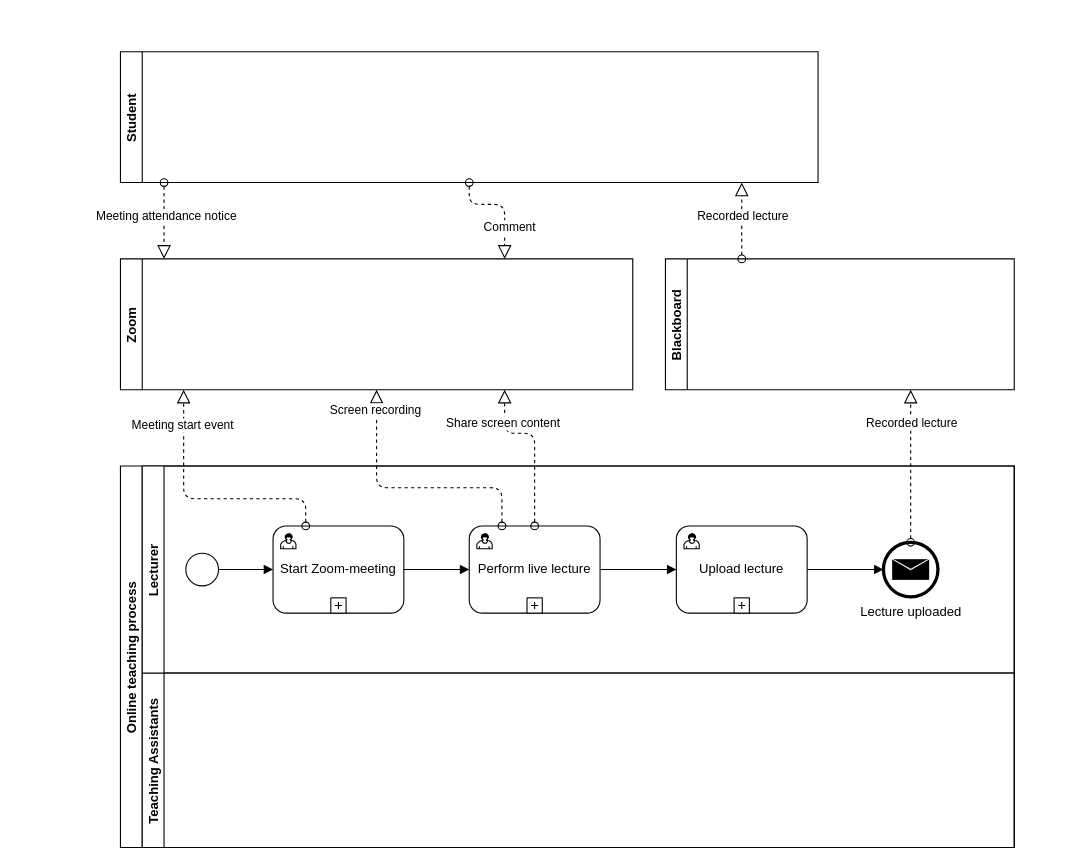
This is teaching_process_AS_IS.drawio from gullskatten/BPMN-models, a draw.io file, before an edit. Source tidied: cells renumbered, new cells numbered last; positions are measured from the earlier drawing's top-left corner, leaving out a move shared by most shapes. Both pictures are drawn from the tidied source at 109%, with x=0, y=0 at pixel (120, 51).
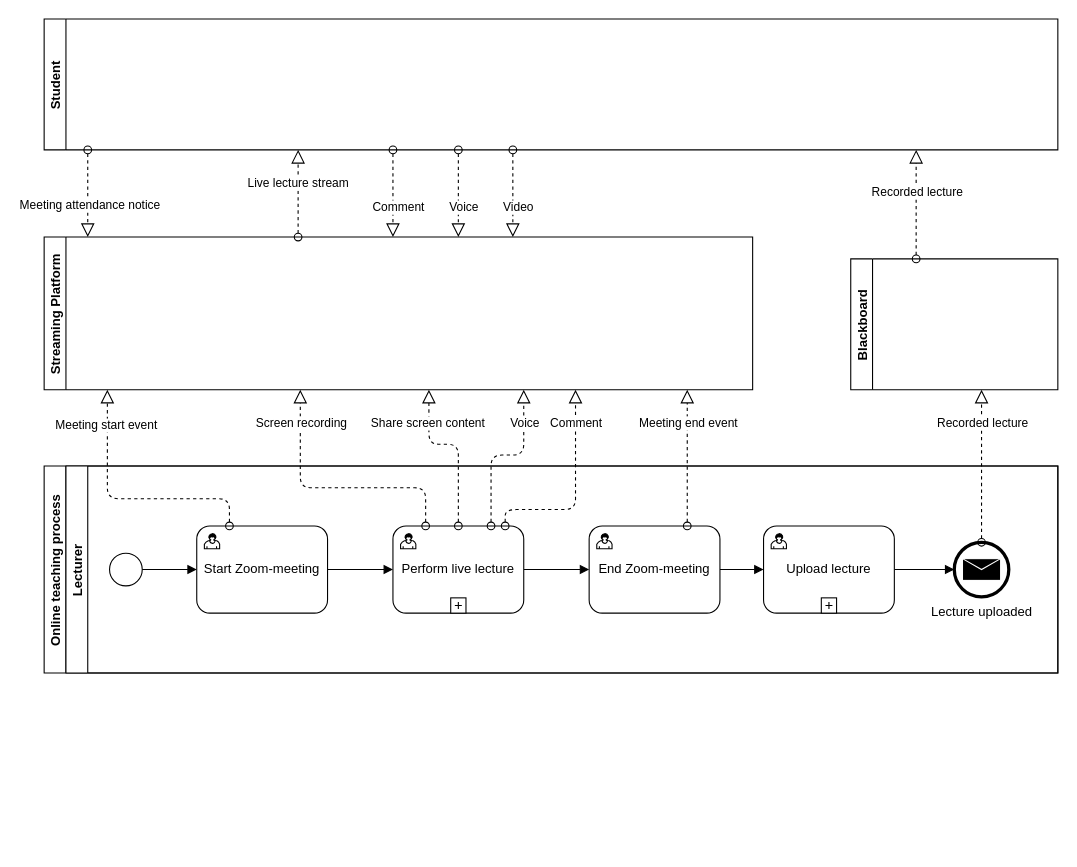
The same page after the edit.

The change refers to these unchanged cells:
```xml
<mxCell id="11" value="Start Zoom-meeting" style="html=1;whiteSpace=wrap;rounded=1;" parent="9" vertex="1">
  <mxGeometry x="120" y="55" width="120" height="80" as="geometry" />
</mxCell>
<mxCell id="16" value="Perform live lecture" style="html=1;whiteSpace=wrap;rounded=1;" parent="9" vertex="1">
  <mxGeometry x="300" y="55" width="120" height="80" as="geometry" />
</mxCell>
```

Diff of the diagram source:
```diff
@@
     <mxCell id="2" value="Student" style="swimlane;startSize=20;horizontal=0;" parent="1" vertex="1">
-      <mxGeometry width="640" height="120" as="geometry" />
+      <mxGeometry x="-70" y="-30" width="930" height="120" as="geometry" />
     </mxCell>
     <mxCell id="3" value="Blackboard" style="swimlane;startSize=20;horizontal=0;" parent="1" vertex="1">
-      <mxGeometry x="500" y="190" width="320" height="120" as="geometry" />
+      <mxGeometry x="670" y="190" width="190" height="120" as="geometry" />
     </mxCell>
-    <mxCell id="4" value="Zoom" style="swimlane;startSize=20;horizontal=0;" parent="1" vertex="1">
-      <mxGeometry y="190" width="470" height="120" as="geometry" />
+    <mxCell id="4" value="Streaming Platform" style="swimlane;startSize=20;horizontal=0;" parent="1" vertex="1">
+      <mxGeometry x="-70" y="170" width="650" height="140" as="geometry" />
     </mxCell>
-    <mxCell id="5" style="startArrow=oval;startFill=0;startSize=7;endArrow=block;endFill=0;endSize=10;dashed=1;html=1;exitX=0.5;exitY=1;exitDx=0;exitDy=0;edgeStyle=orthogonalEdgeStyle;entryX=0.75;entryY=0;entryDx=0;entryDy=0;" parent="4" edge="1" source="2" target="4">
+    <mxCell id="5" style="startArrow=oval;startFill=0;startSize=7;endArrow=block;endFill=0;endSize=10;dashed=1;html=1;edgeStyle=orthogonalEdgeStyle;" parent="4" edge="1">
       <mxGeometry relative="1" as="geometry">
+        <mxPoint x="320" y="-80" as="sourcePoint" />
+        <mxPoint x="320" as="targetPoint" />
         <Array as="points">
-          <mxPoint x="320" y="-50" />
-          <mxPoint x="353" y="-50" />
+          <mxPoint x="320" y="-30" />
+          <mxPoint x="320" y="-30" />
         </Array>
       </mxGeometry>
     </mxCell>
@@
     <mxCell id="7" value="Online teaching process" style="swimlane;startSize=20;horizontal=0;" parent="1" vertex="1">
-      <mxGeometry y="380" width="820" height="350" as="geometry" />
+      <mxGeometry x="-70" y="380" width="930" height="190" as="geometry" />
     </mxCell>
-    <mxCell id="8" value="Teaching Assistants" style="swimlane;startSize=20;horizontal=0;" parent="7" vertex="1">
-      <mxGeometry x="20" y="190" width="800" height="160" as="geometry" />
-    </mxCell>
     <mxCell id="9" value="Lecturer" style="swimlane;startSize=20;horizontal=0;" parent="7" vertex="1">
-      <mxGeometry x="20" width="800" height="190" as="geometry" />
+      <mxGeometry x="20" width="910" height="190" as="geometry" />
     </mxCell>
@@
-    <mxCell id="13" style="html=1;shape=plus;" parent="11" vertex="1">
-      <mxGeometry x="0.5" y="1" width="14" height="14" relative="1" as="geometry">
-        <mxPoint x="-7" y="-14" as="offset" />
-      </mxGeometry>
-    </mxCell>
@@
-    <mxCell id="15" style="edgeStyle=orthogonalEdgeStyle;rounded=0;jettySize=auto;html=1;entryX=0;entryY=0.5;entryDx=0;entryDy=0;endArrow=block;endFill=1;" parent="9" edge="1" source="16" target="21">
+    <mxCell id="15" style="edgeStyle=orthogonalEdgeStyle;rounded=0;jettySize=auto;html=1;endArrow=block;endFill=1;entryX=0;entryY=0.5;entryDx=0;entryDy=0;" parent="9" edge="1" source="16" target="38">
       <mxGeometry relative="1" as="geometry" />
     </mxCell>
@@
+    <mxCell id="24" value="Lecture uploaded" style="shape=mxgraph.bpmn.shape;html=1;verticalLabelPosition=bottom;labelBackgroundColor=#ffffff;verticalAlign=top;align=center;perimeter=ellipsePerimeter;outlineConnect=0;outline=end;symbol=message;" parent="9" vertex="1">
+      <mxGeometry x="815" y="70" width="50" height="50" as="geometry" />
+    </mxCell>
+    <mxCell id="37" style="edgeStyle=orthogonalEdgeStyle;rounded=0;jettySize=auto;html=1;entryX=0;entryY=0.5;entryDx=0;entryDy=0;endArrow=block;endFill=1;" parent="9" edge="1" source="38" target="21">
+      <mxGeometry relative="1" as="geometry" />
+    </mxCell>
+    <mxCell id="38" value="End Zoom-meeting" style="html=1;whiteSpace=wrap;rounded=1;" parent="9" vertex="1">
+      <mxGeometry x="480" y="55" width="120" height="80" as="geometry" />
+    </mxCell>
+    <mxCell id="39" style="html=1;shape=mxgraph.bpmn.user_task;" parent="38" vertex="1">
+      <mxGeometry width="14" height="14" relative="1" as="geometry">
+        <mxPoint x="7" y="7" as="offset" />
+      </mxGeometry>
+    </mxCell>
@@
     <mxCell id="21" value="Upload lecture" style="html=1;whiteSpace=wrap;rounded=1;" parent="9" vertex="1">
-      <mxGeometry x="490" y="55" width="120" height="80" as="geometry" />
+      <mxGeometry x="640" y="55" width="120" height="80" as="geometry" />
     </mxCell>
-    <mxCell id="22" style="html=1;shape=mxgraph.bpmn.user_task;" parent="21" vertex="1">
-      <mxGeometry width="14" height="14" relative="1" as="geometry">
-        <mxPoint x="7" y="7" as="offset" />
-      </mxGeometry>
-    </mxCell>
-    <mxCell id="23" style="html=1;shape=plus;" parent="21" vertex="1">
-      <mxGeometry x="0.5" y="1" width="14" height="14" relative="1" as="geometry">
-        <mxPoint x="-7" y="-14" as="offset" />
-      </mxGeometry>
-    </mxCell>
-    <mxCell id="24" value="Lecture uploaded" style="shape=mxgraph.bpmn.shape;html=1;verticalLabelPosition=bottom;labelBackgroundColor=#ffffff;verticalAlign=top;align=center;perimeter=ellipsePerimeter;outlineConnect=0;outline=end;symbol=message;" parent="9" vertex="1">
-      <mxGeometry x="680" y="70" width="50" height="50" as="geometry" />
-    </mxCell>
+    <mxCell id="40" style="html=1;shape=mxgraph.bpmn.user_task;" parent="21" vertex="1">
+      <mxGeometry width="14" height="14" relative="1" as="geometry">
+        <mxPoint x="7" y="7" as="offset" />
+      </mxGeometry>
+    </mxCell>
+    <mxCell id="41" style="html=1;shape=plus;" parent="21" vertex="1">
+      <mxGeometry x="0.5" y="1" width="14" height="14" relative="1" as="geometry">
+        <mxPoint x="-7" y="-14" as="offset" />
+      </mxGeometry>
+    </mxCell>
+    <mxCell id="33" style="startArrow=oval;startFill=0;startSize=7;endArrow=block;endFill=0;endSize=10;dashed=1;html=1;exitX=0.5;exitY=0;exitDx=0;exitDy=0;" parent="9" edge="1" source="24">
+      <mxGeometry relative="1" as="geometry">
+        <mxPoint x="840" y="-70" as="targetPoint" />
+      </mxGeometry>
+    </mxCell>
+    <mxCell id="34" value="Recorded lecture" style="edgeLabel;html=1;align=center;verticalAlign=middle;" parent="33" vertex="1">
+      <mxGeometry x="0.67" relative="1" as="geometry">
+        <mxPoint y="7" as="offset" />
+      </mxGeometry>
+    </mxCell>
     <mxCell id="25" style="startArrow=oval;startFill=0;startSize=7;endArrow=block;endFill=0;endSize=10;dashed=1;html=1;exitX=0.25;exitY=0;exitDx=0;exitDy=0;edgeStyle=orthogonalEdgeStyle;" parent="1" edge="1" source="11">
       <mxGeometry relative="1" as="geometry">
-        <mxPoint x="58" y="310" as="targetPoint" />
+        <mxPoint x="-12" y="310" as="targetPoint" />
         <Array as="points">
-          <mxPoint x="170" y="410" />
-          <mxPoint x="58" y="410" />
+          <mxPoint x="100" y="410" />
+          <mxPoint x="-12" y="410" />
         </Array>
       </mxGeometry>
     </mxCell>
@@
     <mxCell id="27" style="startArrow=oval;startFill=0;startSize=7;endArrow=block;endFill=0;endSize=10;dashed=1;html=1;" parent="1" edge="1">
       <mxGeometry relative="1" as="geometry">
-        <mxPoint x="40" y="120" as="sourcePoint" />
-        <mxPoint x="40" y="190" as="targetPoint" />
+        <mxPoint x="-30" y="90" as="sourcePoint" />
+        <mxPoint x="-30" y="170" as="targetPoint" />
       </mxGeometry>
     </mxCell>
     <mxCell id="28" value="Meeting attendance notice" style="edgeLabel;html=1;align=center;verticalAlign=middle;" parent="27" vertex="1">
       <mxGeometry x="-0.43" y="1" relative="1" as="geometry">
-        <mxPoint y="10" as="offset" />
+        <mxPoint y="27" as="offset" />
       </mxGeometry>
     </mxCell>
     <mxCell id="29" style="startArrow=oval;startFill=0;startSize=7;endArrow=block;endFill=0;endSize=10;dashed=1;html=1;exitX=0.25;exitY=0;exitDx=0;exitDy=0;edgeStyle=orthogonalEdgeStyle;" parent="1" edge="1" source="16">
       <mxGeometry relative="1" as="geometry">
-        <mxPoint x="235" y="310" as="targetPoint" />
+        <mxPoint x="165" y="310" as="targetPoint" />
         <Array as="points">
-          <mxPoint x="350" y="400" />
-          <mxPoint x="235" y="400" />
+          <mxPoint x="280" y="400" />
+          <mxPoint x="165" y="400" />
         </Array>
       </mxGeometry>
     </mxCell>
     <mxCell id="30" value="Screen recording" style="edgeLabel;html=1;align=center;verticalAlign=middle;" parent="29" vertex="1">
       <mxGeometry x="0.73" y="3" relative="1" as="geometry">
-        <mxPoint x="1" y="-14" as="offset" />
+        <mxPoint x="3" y="-2" as="offset" />
       </mxGeometry>
     </mxCell>
-    <mxCell id="31" style="startArrow=oval;startFill=0;startSize=7;endArrow=block;endFill=0;endSize=10;dashed=1;html=1;exitX=0.5;exitY=0;exitDx=0;exitDy=0;edgeStyle=orthogonalEdgeStyle;entryX=0.75;entryY=1;entryDx=0;entryDy=0;" parent="1" edge="1" source="16" target="4">
+    <mxCell id="31" style="startArrow=oval;startFill=0;startSize=7;endArrow=block;endFill=0;endSize=10;dashed=1;html=1;exitX=0.5;exitY=0;exitDx=0;exitDy=0;edgeStyle=orthogonalEdgeStyle;" parent="1" edge="1" source="16">
       <mxGeometry relative="1" as="geometry">
+        <mxPoint x="283" y="310" as="targetPoint" />
         <Array as="points">
-          <mxPoint x="380" y="350" />
-          <mxPoint x="353" y="350" />
+          <mxPoint x="310" y="360" />
+          <mxPoint x="283" y="360" />
         </Array>
       </mxGeometry>
     </mxCell>
@@
-    <mxCell id="33" style="startArrow=oval;startFill=0;startSize=7;endArrow=block;endFill=0;endSize=10;dashed=1;html=1;exitX=0.5;exitY=0;exitDx=0;exitDy=0;" parent="1" edge="1" source="24">
-      <mxGeometry relative="1" as="geometry">
-        <mxPoint x="725" y="310" as="targetPoint" />
-      </mxGeometry>
-    </mxCell>
-    <mxCell id="34" value="Recorded lecture" style="edgeLabel;html=1;align=center;verticalAlign=middle;" parent="33" vertex="1">
-      <mxGeometry x="0.67" relative="1" as="geometry">
-        <mxPoint y="7" as="offset" />
-      </mxGeometry>
-    </mxCell>
     <mxCell id="35" style="startArrow=oval;startFill=0;startSize=7;endArrow=block;endFill=0;endSize=10;dashed=1;html=1;" parent="1" edge="1">
       <mxGeometry relative="1" as="geometry">
-        <mxPoint x="570" y="190" as="sourcePoint" />
-        <mxPoint x="570" y="120" as="targetPoint" />
+        <mxPoint x="730" y="190" as="sourcePoint" />
+        <mxPoint x="730" y="90" as="targetPoint" />
       </mxGeometry>
     </mxCell>
@@
+    <mxCell id="42" style="startArrow=oval;startFill=0;startSize=7;endArrow=block;endFill=0;endSize=10;dashed=1;html=1;edgeStyle=orthogonalEdgeStyle;" parent="1" edge="1">
+      <mxGeometry relative="1" as="geometry">
+        <mxPoint x="310" y="90" as="sourcePoint" />
+        <mxPoint x="310" y="170" as="targetPoint" />
+        <Array as="points">
+          <mxPoint x="310" y="150" />
+          <mxPoint x="310" y="150" />
+        </Array>
+      </mxGeometry>
+    </mxCell>
+    <mxCell id="43" value="Voice" style="edgeLabel;html=1;align=center;verticalAlign=middle;" parent="42" vertex="1">
+      <mxGeometry x="0.73" y="3" relative="1" as="geometry">
+        <mxPoint x="1" y="-16.5" as="offset" />
+      </mxGeometry>
+    </mxCell>
+    <mxCell id="44" style="startArrow=oval;startFill=0;startSize=7;endArrow=block;endFill=0;endSize=10;dashed=1;html=1;exitX=0.75;exitY=0;exitDx=0;exitDy=0;edgeStyle=orthogonalEdgeStyle;" parent="1" edge="1" source="38">
+      <mxGeometry relative="1" as="geometry">
+        <mxPoint x="520" y="310" as="targetPoint" />
+        <Array as="points">
+          <mxPoint x="520" y="310" />
+        </Array>
+      </mxGeometry>
+    </mxCell>
+    <mxCell id="45" value="Meeting end event" style="edgeLabel;html=1;align=center;verticalAlign=middle;" parent="44" vertex="1">
+      <mxGeometry x="0.73" y="3" relative="1" as="geometry">
+        <mxPoint x="3" y="13" as="offset" />
+      </mxGeometry>
+    </mxCell>
+    <mxCell id="46" style="startArrow=oval;startFill=0;startSize=7;endArrow=block;endFill=0;endSize=10;dashed=1;html=1;exitX=0.75;exitY=0;exitDx=0;exitDy=0;edgeStyle=orthogonalEdgeStyle;" parent="1" edge="1" source="16">
+      <mxGeometry relative="1" as="geometry">
+        <mxPoint x="370" y="310" as="targetPoint" />
+        <Array as="points">
+          <mxPoint x="340" y="370" />
+          <mxPoint x="370" y="370" />
+        </Array>
+      </mxGeometry>
+    </mxCell>
+    <mxCell id="47" value="Voice" style="edgeLabel;html=1;align=center;verticalAlign=middle;" parent="46" vertex="1">
+      <mxGeometry x="0.73" y="3" relative="1" as="geometry">
+        <mxPoint x="3" y="9.5" as="offset" />
+      </mxGeometry>
+    </mxCell>
+    <mxCell id="48" style="startArrow=oval;startFill=0;startSize=7;endArrow=block;endFill=0;endSize=10;dashed=1;html=1;exitX=0.858;exitY=0;exitDx=0;exitDy=0;edgeStyle=orthogonalEdgeStyle;exitPerimeter=0;entryX=0.75;entryY=1;entryDx=0;entryDy=0;" parent="1" edge="1" source="16" target="4">
+      <mxGeometry relative="1" as="geometry">
+        <Array as="points">
+          <mxPoint x="353" y="420" />
+          <mxPoint x="418" y="420" />
+        </Array>
+      </mxGeometry>
+    </mxCell>
+    <mxCell id="49" value="Comment" style="edgeLabel;html=1;align=center;verticalAlign=middle;" parent="48" vertex="1">
+      <mxGeometry x="0.73" y="3" relative="1" as="geometry">
+        <mxPoint x="3" y="4.5" as="offset" />
+      </mxGeometry>
+    </mxCell>
+    <mxCell id="50" style="startArrow=oval;startFill=0;startSize=7;endArrow=block;endFill=0;endSize=10;dashed=1;html=1;edgeStyle=orthogonalEdgeStyle;" parent="1" edge="1">
+      <mxGeometry relative="1" as="geometry">
+        <mxPoint x="360" y="90" as="sourcePoint" />
+        <mxPoint x="360" y="170" as="targetPoint" />
+        <Array as="points">
+          <mxPoint x="360" y="150" />
+          <mxPoint x="360" y="150" />
+        </Array>
+      </mxGeometry>
+    </mxCell>
+    <mxCell id="51" value="Video" style="edgeLabel;html=1;align=center;verticalAlign=middle;" parent="50" vertex="1">
+      <mxGeometry x="0.73" y="3" relative="1" as="geometry">
+        <mxPoint x="1" y="-16.5" as="offset" />
+      </mxGeometry>
+    </mxCell>
+    <mxCell id="52" style="startArrow=oval;startFill=0;startSize=7;endArrow=block;endFill=0;endSize=10;dashed=1;html=1;" parent="1" edge="1">
+      <mxGeometry relative="1" as="geometry">
+        <mxPoint x="163" y="170" as="sourcePoint" />
+        <mxPoint x="163" y="90" as="targetPoint" />
+      </mxGeometry>
+    </mxCell>
+    <mxCell id="53" value="Live lecture stream" style="edgeLabel;html=1;align=center;verticalAlign=middle;" parent="52" vertex="1">
+      <mxGeometry x="-0.43" y="1" relative="1" as="geometry">
+        <mxPoint y="-27" as="offset" />
+      </mxGeometry>
+    </mxCell>
```
